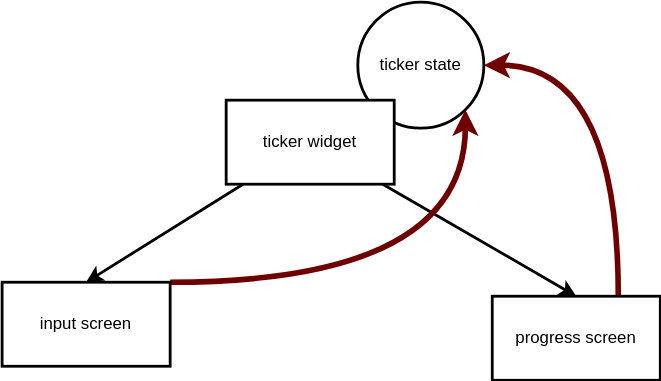
Above: state-tree/ticker.svg in shady-ti/writing-machine (draw.io), before the change. Source tidied: cells renumbered, new cells last; positions are measured from the earlier drawing's top-left corner, leaving out a move shared by most shapes.
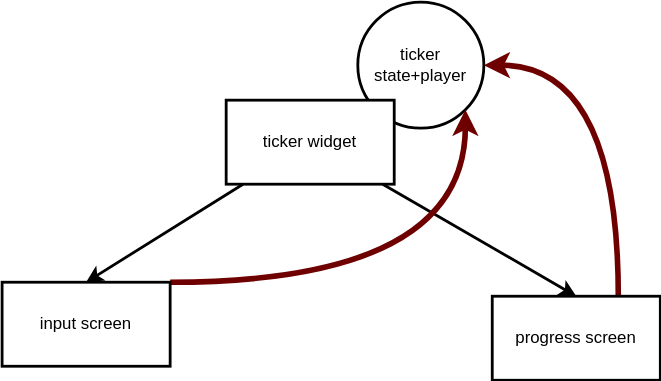
Later version of the same file.

Change to the diagram source:
```diff
@@ -8,7 +8,7 @@
     <mxCell id="3" style="edgeStyle=none;html=1;entryX=0.5;entryY=0;entryDx=0;entryDy=0;fillOpacity=100;strokeWidth=2;" parent="1" edge="1" source="9" target="8">
       <mxGeometry relative="1" as="geometry" />
     </mxCell>
-    <mxCell id="4" value="ticker state" style="ellipse;whiteSpace=wrap;html=1;fillOpacity=100;strokeWidth=2;sketch=0;" parent="1" vertex="1">
+    <mxCell id="4" value="ticker state+player" style="ellipse;whiteSpace=wrap;html=1;fillOpacity=100;strokeWidth=2;sketch=0;" parent="1" vertex="1">
       <mxGeometry x="254" width="90" height="90" as="geometry" />
     </mxCell>
     <mxCell id="5" style="edgeStyle=orthogonalEdgeStyle;html=1;entryX=1;entryY=1;entryDx=0;entryDy=0;curved=1;strokeWidth=4;fillColor=#a20025;strokeColor=#6F0000;fillOpacity=100;" parent="1" edge="1" source="6" target="4">
```
